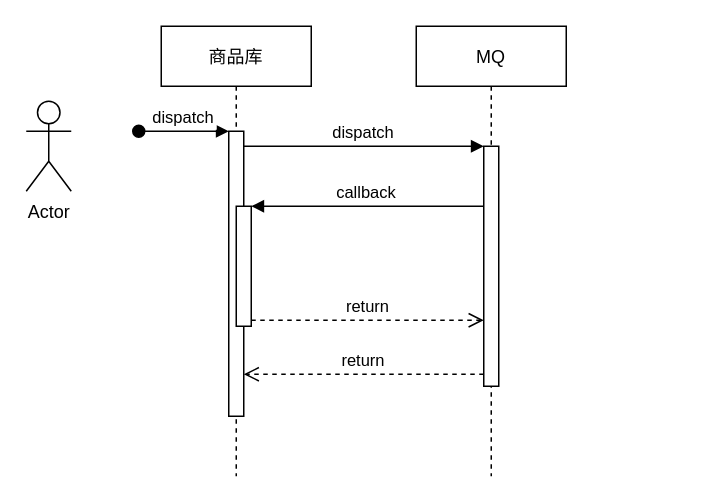
This is Qjl_Goods.drawio from Luffybaga/draw, a draw.io file, before an edit. Source tidied: cells renumbered, new cells numbered last; positions are measured from the earlier drawing's top-left corner, leaving out a move shared by most shapes. Both pictures are drawn from the tidied source at 150%, with x=0, y=0 at pixel (26, 26).
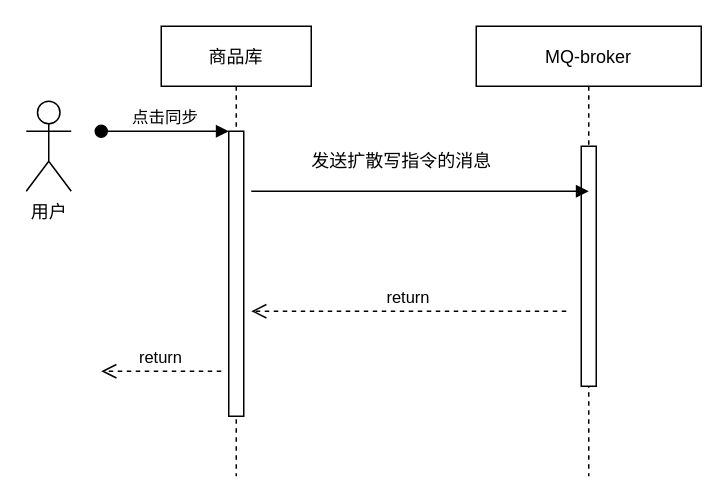
After the change.

What changed in the source:
```diff
@@
 <mxGraphModel>
   <root>
     <mxCell id="0" />
     <mxCell id="1" parent="0" />
     <mxCell id="2" value="商品库" style="shape=umlLifeline;perimeter=lifelinePerimeter;rounded=0;shadow=0;strokeWidth=1;" parent="1" vertex="1">
       <mxGeometry x="90" width="100" height="300" as="geometry" />
     </mxCell>
     <mxCell id="3" style="points=[];perimeter=orthogonalPerimeter;rounded=0;shadow=0;strokeWidth=1;" parent="2" vertex="1">
       <mxGeometry x="45" y="70" width="10" height="190" as="geometry" />
     </mxCell>
-    <mxCell id="4" value="dispatch" style="verticalAlign=bottom;startArrow=oval;endArrow=block;startSize=8;shadow=0;strokeWidth=1;" parent="2" edge="1" target="3">
+    <mxCell id="4" value="点击同步" style="verticalAlign=bottom;startArrow=oval;endArrow=block;startSize=8;shadow=0;strokeWidth=1;" parent="2" edge="1" target="3">
       <mxGeometry relative="1" as="geometry">
-        <mxPoint x="-15" y="70" as="sourcePoint" />
+        <mxPoint x="-40" y="70" as="sourcePoint" />
       </mxGeometry>
     </mxCell>
-    <mxCell id="5" style="points=[];perimeter=orthogonalPerimeter;rounded=0;shadow=0;strokeWidth=1;" parent="2" vertex="1">
-      <mxGeometry x="50" y="120" width="10" height="80" as="geometry" />
-    </mxCell>
-    <mxCell id="6" value="MQ" style="shape=umlLifeline;perimeter=lifelinePerimeter;rounded=0;shadow=0;strokeWidth=1;" parent="1" vertex="1">
-      <mxGeometry x="260" width="100" height="300" as="geometry" />
+    <mxCell id="6" value="MQ-broker" style="shape=umlLifeline;perimeter=lifelinePerimeter;rounded=0;shadow=0;strokeWidth=1;" parent="1" vertex="1">
+      <mxGeometry x="300" width="150" height="300" as="geometry" />
     </mxCell>
     <mxCell id="7" style="points=[];perimeter=orthogonalPerimeter;rounded=0;shadow=0;strokeWidth=1;" parent="6" vertex="1">
-      <mxGeometry x="45" y="80" width="10" height="160" as="geometry" />
+      <mxGeometry x="70" y="80" width="10" height="160" as="geometry" />
     </mxCell>
-    <mxCell id="8" value="return" style="verticalAlign=bottom;endArrow=open;dashed=1;endSize=8;exitX=0;exitY=0.95;shadow=0;strokeWidth=1;" parent="1" edge="1" source="7" target="3">
-      <mxGeometry relative="1" as="geometry" />
-    </mxCell>
-    <mxCell id="9" value="dispatch" style="verticalAlign=bottom;endArrow=block;entryX=0;entryY=0;shadow=0;strokeWidth=1;" parent="1" edge="1" source="3" target="7">
-      <mxGeometry relative="1" as="geometry" />
-    </mxCell>
-    <mxCell id="10" value="callback" style="verticalAlign=bottom;endArrow=block;entryX=1;entryY=0;shadow=0;strokeWidth=1;" parent="1" edge="1" source="7" target="5">
-      <mxGeometry relative="1" as="geometry" />
-    </mxCell>
-    <mxCell id="11" value="return" style="verticalAlign=bottom;endArrow=open;dashed=1;endSize=8;exitX=1;exitY=0.95;shadow=0;strokeWidth=1;" parent="1" edge="1" source="5" target="7">
-      <mxGeometry relative="1" as="geometry" />
-    </mxCell>
-    <mxCell id="12" value="Actor" style="shape=umlActor;verticalLabelPosition=bottom;verticalAlign=top;html=1;" parent="1" vertex="1">
+    <mxCell id="12" value="用户" style="shape=umlActor;verticalLabelPosition=bottom;verticalAlign=top;html=1;" parent="1" vertex="1">
       <mxGeometry y="50" width="30" height="60" as="geometry" />
     </mxCell>
+    <mxCell id="13" style="verticalAlign=bottom;endArrow=block;entryX=0;entryY=0;shadow=0;strokeWidth=1;" parent="1" edge="1">
+      <mxGeometry x="0.02" y="-150" relative="1" as="geometry">
+        <mxPoint x="150" y="110" as="sourcePoint" />
+        <mxPoint x="375" y="110" as="targetPoint" />
+      </mxGeometry>
+    </mxCell>
+    <mxCell id="14" value="发送扩散写指令的消息" style="text;html=1;align=center;verticalAlign=middle;strokeColor=none;" parent="1" vertex="1">
+      <mxGeometry x="180" y="80" width="140" height="20" as="geometry" />
+    </mxCell>
+    <mxCell id="15" value="return" style="verticalAlign=bottom;endArrow=open;dashed=1;endSize=8;shadow=0;strokeWidth=1;" parent="1" edge="1">
+      <mxGeometry relative="1" as="geometry">
+        <mxPoint x="360" y="190" as="sourcePoint" />
+        <mxPoint x="150" y="190" as="targetPoint" />
+      </mxGeometry>
+    </mxCell>
+    <mxCell id="16" value="return" style="verticalAlign=bottom;endArrow=open;dashed=1;endSize=8;shadow=0;strokeWidth=1;" parent="1" edge="1">
+      <mxGeometry relative="1" as="geometry">
+        <mxPoint x="130" y="230" as="sourcePoint" />
+        <mxPoint x="50" y="230" as="targetPoint" />
+      </mxGeometry>
+    </mxCell>
   </root>
 </mxGraphModel>
```
